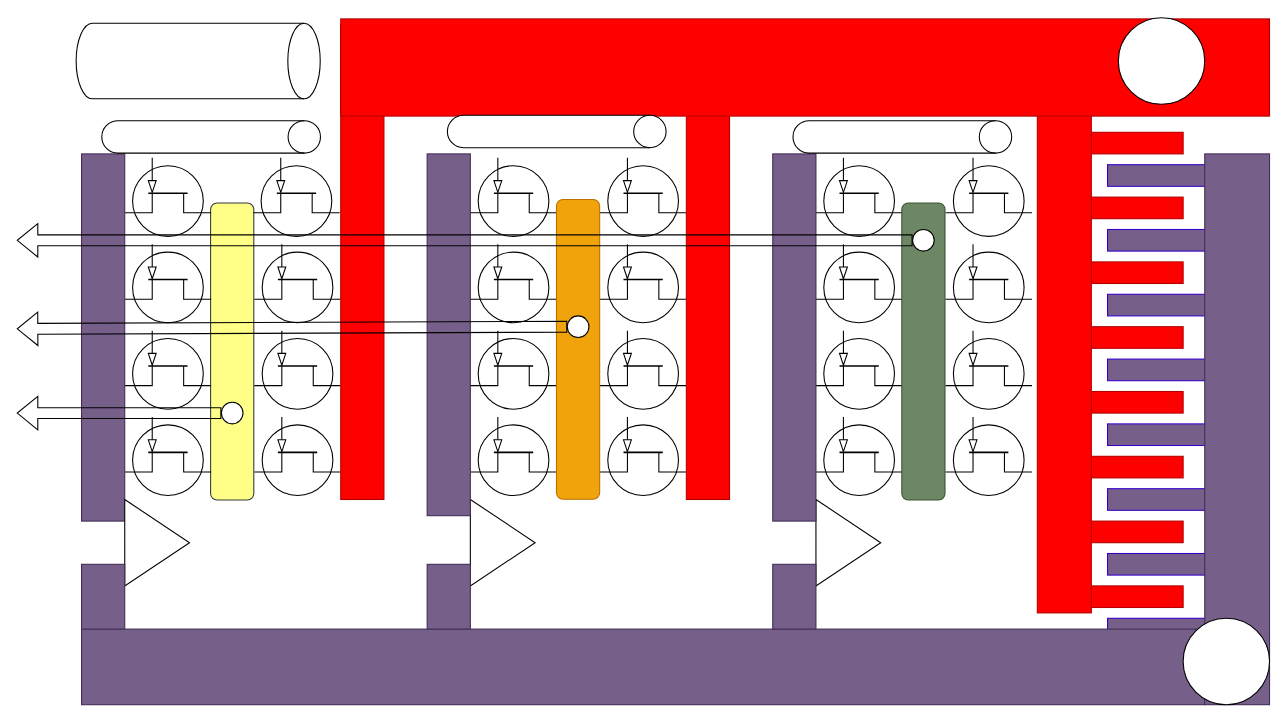
The draw.io diagram page "布局方案4（低端采样）" (4 of 6) of 氮化镓布局.drawio in dchangsheng/drawio, before the edit. Source tidied: cells renumbered, new cells numbered last; positions are measured from the earlier drawing's top-left corner, leaving out a move shared by most shapes. Both pictures are drawn from the tidied source at 108%, with x=0, y=0 at pixel (-81, -397).
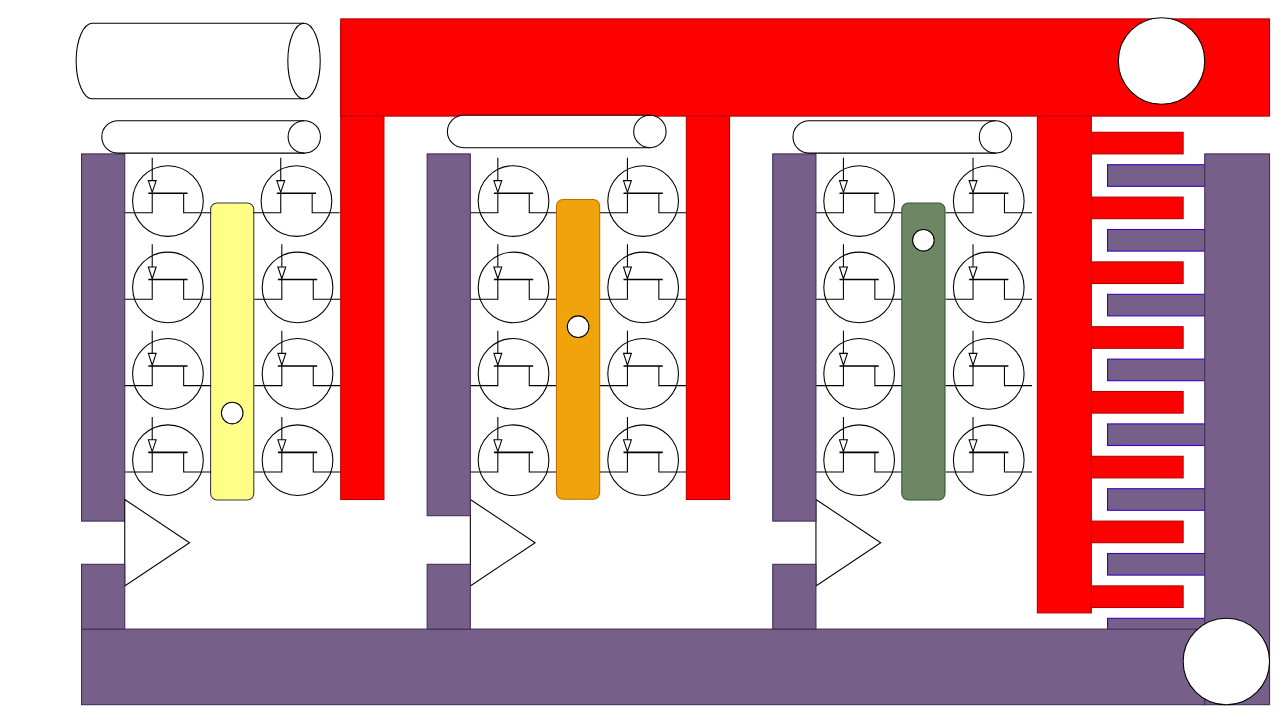
Above is the later version.

Commit message:
更新氮化镓布局.drawio

The change refers to these unchanged cells:
```xml
<mxCell id="22" style="ellipse;whiteSpace=wrap;html=1;rotation=90;" parent="1" vertex="1">
  <mxGeometry x="279.5" y="740" width="20" height="20" as="geometry" />
</mxCell>
<mxCell id="66" style="ellipse;whiteSpace=wrap;html=1;rotation=90;" parent="1" vertex="1">
  <mxGeometry x="599.8" y="660" width="20" height="20" as="geometry" />
</mxCell>
<mxCell id="67" style="ellipse;whiteSpace=wrap;html=1;rotation=90;" parent="1" vertex="1">
  <mxGeometry x="919.5" y="580" width="20" height="20" as="geometry" />
</mxCell>
```

What changed in the source:
```diff
@@
-    <mxCell id="57" style="shape=flexArrow;endArrow=classic;html=1;rounded=0;exitX=0.5;exitY=1;exitDx=0;exitDy=0;" parent="1" edge="1" source="22">
-      <mxGeometry relative="1" as="geometry">
-        <mxPoint x="90" y="750" as="targetPoint" />
-      </mxGeometry>
-    </mxCell>
-    <mxCell id="58" style="shape=flexArrow;endArrow=classic;html=1;rounded=0;" parent="1" edge="1" source="66">
-      <mxGeometry relative="1" as="geometry">
-        <mxPoint x="90" y="672" as="targetPoint" />
-      </mxGeometry>
-    </mxCell>
-    <mxCell id="59" style="shape=flexArrow;endArrow=classic;html=1;rounded=0;" parent="1" edge="1" source="67">
-      <mxGeometry relative="1" as="geometry">
-        <mxPoint x="90" y="590" as="targetPoint" />
-      </mxGeometry>
-    </mxCell>
```
